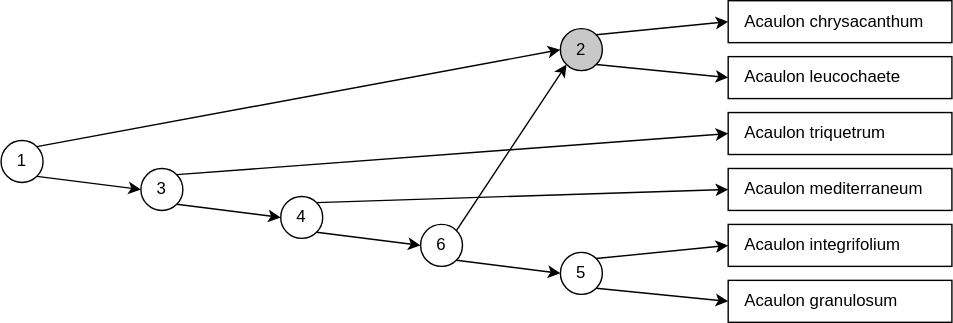
Above: docs/media/decision-tree-reticulation.drawio.svg in rbgvictoria/keybase_model (draw.io), before the change. Source tidied: cells renumbered, new cells last; positions are measured from the earlier drawing's top-left corner, leaving out a move shared by most shapes.
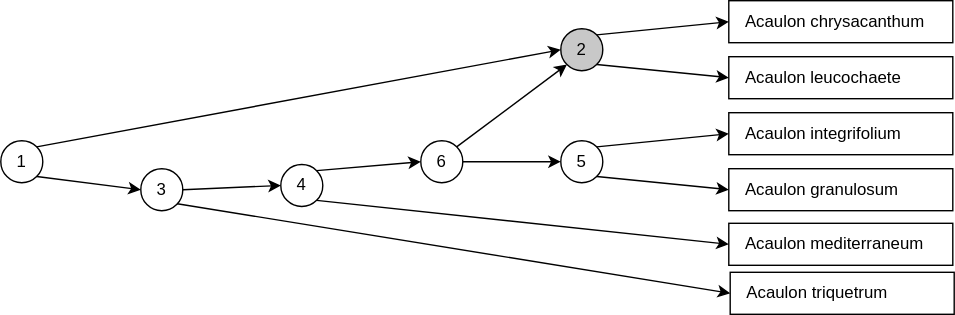
The same file after the commit.

Change to the diagram source:
```diff
@@ -12,28 +12,28 @@
       <mxGeometry x="520" y="40" width="160" height="30" as="geometry" />
     </mxCell>
     <mxCell id="5" value="Acaulon triquetrum" style="rounded=0;whiteSpace=wrap;html=1;align=left;spacingLeft=10;strokeColor=default;fillColor=none;" parent="1" vertex="1">
-      <mxGeometry x="520" y="80" width="160" height="30" as="geometry" />
+      <mxGeometry x="521" y="194" width="160" height="30" as="geometry" />
     </mxCell>
     <mxCell id="6" value="Acaulon mediterraneum" style="rounded=0;whiteSpace=wrap;html=1;align=left;spacingLeft=10;strokeColor=default;fillColor=none;" parent="1" vertex="1">
-      <mxGeometry x="520" y="120" width="160" height="30" as="geometry" />
+      <mxGeometry x="520" y="159" width="160" height="30" as="geometry" />
     </mxCell>
     <mxCell id="7" value="Acaulon integrifolium" style="rounded=0;whiteSpace=wrap;html=1;align=left;spacingLeft=10;strokeColor=default;fillColor=none;" parent="1" vertex="1">
-      <mxGeometry x="520" y="160" width="160" height="30" as="geometry" />
+      <mxGeometry x="520" y="80" width="160" height="30" as="geometry" />
     </mxCell>
     <mxCell id="8" value="Acaulon granulosum" style="rounded=0;whiteSpace=wrap;html=1;align=left;spacingLeft=10;strokeColor=default;fillColor=none;" parent="1" vertex="1">
-      <mxGeometry x="520" y="200" width="160" height="30" as="geometry" />
+      <mxGeometry x="520" y="120" width="160" height="30" as="geometry" />
     </mxCell>
-    <mxCell id="9" value="2" style="ellipse;whiteSpace=wrap;html=1;fillColor=light-dark(#c8c8c8, #ededed);" parent="1" vertex="1">
+    <mxCell id="9" value="2" style="ellipse;whiteSpace=wrap;html=1;fillColor=#C8C8C8;" parent="1" vertex="1">
       <mxGeometry x="400" y="20" width="30" height="30" as="geometry" />
     </mxCell>
     <mxCell id="10" value="3" style="ellipse;whiteSpace=wrap;html=1;" parent="1" vertex="1">
       <mxGeometry x="100" y="120" width="30" height="30" as="geometry" />
     </mxCell>
     <mxCell id="11" value="4" style="ellipse;whiteSpace=wrap;html=1;" parent="1" vertex="1">
-      <mxGeometry x="200" y="140" width="30" height="30" as="geometry" />
+      <mxGeometry x="200" y="117" width="30" height="30" as="geometry" />
     </mxCell>
     <mxCell id="12" value="5" style="ellipse;whiteSpace=wrap;html=1;" parent="1" vertex="1">
-      <mxGeometry x="400" y="180" width="30" height="30" as="geometry" />
+      <mxGeometry x="400" y="100" width="30" height="30" as="geometry" />
     </mxCell>
     <mxCell id="13" style="endArrow=classic;html=1;rounded=0;exitX=1;exitY=0;exitDx=0;exitDy=0;entryX=0;entryY=0.5;entryDx=0;entryDy=0;" parent="1" edge="1" source="9" target="3">
       <mxGeometry relative="1" as="geometry" />
@@ -47,16 +47,18 @@
     <mxCell id="16" style="endArrow=classic;html=1;rounded=0;exitX=1;exitY=1;exitDx=0;exitDy=0;entryX=0;entryY=0.5;entryDx=0;entryDy=0;" parent="1" edge="1" source="9" target="4">
       <mxGeometry relative="1" as="geometry" />
     </mxCell>
-    <mxCell id="17" style="endArrow=classic;html=1;rounded=0;exitX=1;exitY=1;exitDx=0;exitDy=0;entryX=0;entryY=0.5;entryDx=0;entryDy=0;" parent="1" edge="1" source="10" target="11">
+    <mxCell id="17" style="endArrow=classic;html=1;rounded=0;exitX=1;exitY=0.5;exitDx=0;exitDy=0;entryX=0;entryY=0.5;entryDx=0;entryDy=0;" parent="1" edge="1" source="10" target="11">
       <mxGeometry relative="1" as="geometry" />
     </mxCell>
-    <mxCell id="18" style="endArrow=classic;html=1;rounded=0;exitX=1;exitY=0;exitDx=0;exitDy=0;entryX=0;entryY=0.5;entryDx=0;entryDy=0;" parent="1" edge="1" source="11" target="6">
+    <mxCell id="18" style="endArrow=classic;html=1;rounded=0;exitX=1;exitY=1;exitDx=0;exitDy=0;entryX=0;entryY=0.5;entryDx=0;entryDy=0;" parent="1" edge="1" source="11" target="6">
       <mxGeometry relative="1" as="geometry" />
     </mxCell>
-    <mxCell id="19" style="endArrow=classic;html=1;rounded=0;exitX=1;exitY=0;exitDx=0;exitDy=0;entryX=0;entryY=0.5;entryDx=0;entryDy=0;entryPerimeter=0;" parent="1" edge="1" source="10" target="5">
-      <mxGeometry relative="1" as="geometry" />
+    <mxCell id="19" style="endArrow=classic;html=1;rounded=0;entryX=0;entryY=0.5;entryDx=0;entryDy=0;entryPerimeter=0;" parent="1" edge="1" target="5">
+      <mxGeometry relative="1" as="geometry">
+        <mxPoint x="126" y="145" as="sourcePoint" />
+      </mxGeometry>
     </mxCell>
-    <mxCell id="20" style="endArrow=classic;html=1;rounded=0;exitX=1;exitY=1;exitDx=0;exitDy=0;entryX=0;entryY=0.5;entryDx=0;entryDy=0;" parent="1" edge="1" source="23" target="12">
+    <mxCell id="20" style="endArrow=classic;html=1;rounded=0;exitX=1;exitY=0.5;exitDx=0;exitDy=0;entryX=0;entryY=0.5;entryDx=0;entryDy=0;" parent="1" edge="1" source="23" target="12">
       <mxGeometry relative="1" as="geometry" />
     </mxCell>
     <mxCell id="21" style="endArrow=classic;html=1;rounded=0;exitX=1;exitY=0;exitDx=0;exitDy=0;entryX=0;entryY=0.5;entryDx=0;entryDy=0;" parent="1" edge="1" source="12" target="7">
@@ -66,9 +68,9 @@
       <mxGeometry relative="1" as="geometry" />
     </mxCell>
     <mxCell id="23" value="6" style="ellipse;whiteSpace=wrap;html=1;" parent="1" vertex="1">
-      <mxGeometry x="300" y="160" width="30" height="30" as="geometry" />
+      <mxGeometry x="300" y="100" width="30" height="30" as="geometry" />
     </mxCell>
-    <mxCell id="24" style="endArrow=classic;html=1;rounded=0;exitX=1;exitY=1;exitDx=0;exitDy=0;entryX=0;entryY=0.5;entryDx=0;entryDy=0;" parent="1" edge="1" source="11" target="23">
+    <mxCell id="24" style="endArrow=classic;html=1;rounded=0;exitX=1;exitY=0;exitDx=0;exitDy=0;entryX=0;entryY=0.5;entryDx=0;entryDy=0;" parent="1" edge="1" source="11" target="23">
       <mxGeometry relative="1" as="geometry" />
     </mxCell>
     <mxCell id="25" style="endArrow=classic;html=1;rounded=0;exitX=1;exitY=0;exitDx=0;exitDy=0;entryX=0;entryY=1;entryDx=0;entryDy=0;" parent="1" edge="1" source="23" target="9">
```
